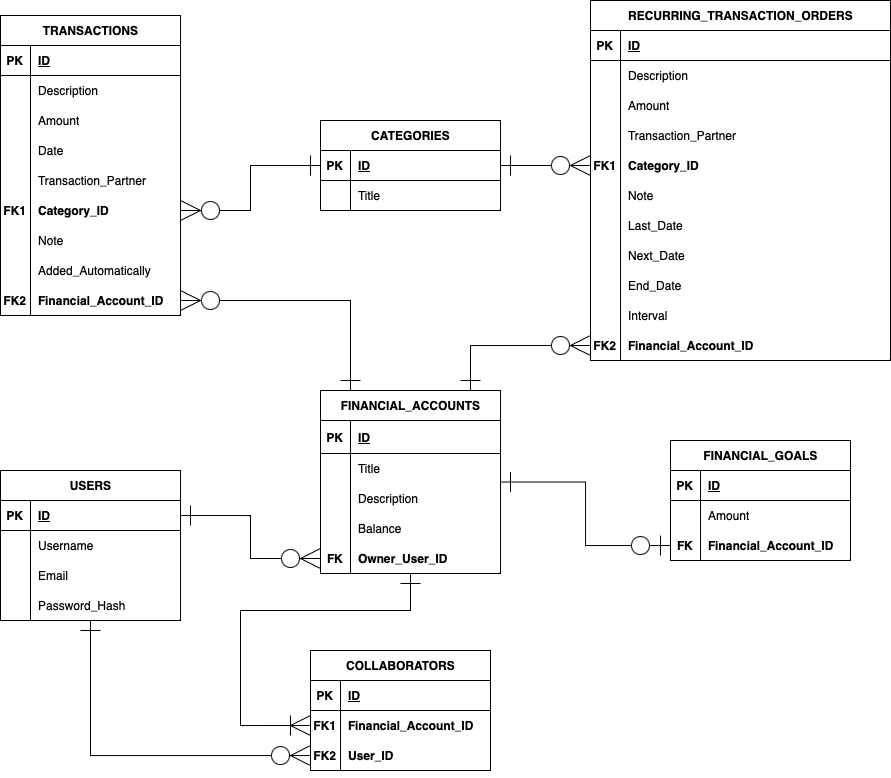
Above: res/data-model/data-model-MoneyMinder.drawio.png in NicolePer/MoneyMinder (draw.io), before the change. Source tidied: cells renumbered, new cells last; positions are measured from the earlier drawing's top-left corner, leaving out a move shared by most shapes.
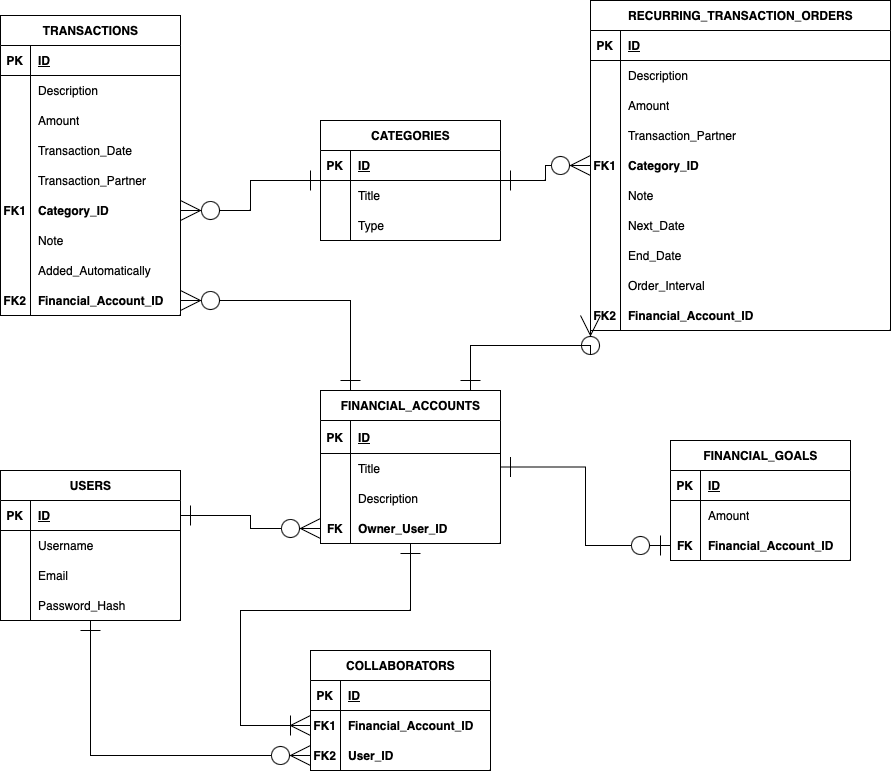
After the commit.

Commit message:
doc: update data-model and domain-model in res

What changed in the source:
```diff
@@ -29,7 +29,7 @@
       </mxGeometry>
     </mxCell>
     <mxCell id="6" value="FINANCIAL_ACCOUNTS" style="shape=table;startSize=30;rowLines=0;fontStyle=1;align=center;html=1;" parent="1" vertex="1">
-      <mxGeometry x="320" y="390" width="180" height="183" as="geometry" />
+      <mxGeometry x="320" y="390" width="180" height="153" as="geometry" />
     </mxCell>
     <mxCell id="7" style="shape=tableRow;horizontal=0;startSize=0;swimlaneHead=0;swimlaneBody=0;fillColor=none;top=0;left=0;right=0;bottom=1;" parent="6" vertex="1">
       <mxGeometry y="30" width="180" height="33" as="geometry" />
@@ -58,17 +58,8 @@
     <mxCell id="15" value="Description" style="shape=partialRectangle;fillColor=none;top=0;left=0;bottom=0;right=0;align=left;spacingLeft=6;overflow=hidden;whiteSpace=wrap;html=1;" parent="13" vertex="1">
       <mxGeometry x="30" width="150" height="30" as="geometry" />
     </mxCell>
-    <mxCell id="16" style="shape=tableRow;horizontal=0;startSize=0;swimlaneHead=0;swimlaneBody=0;fillColor=none;top=0;left=0;right=0;bottom=0;" parent="6" vertex="1">
-      <mxGeometry y="123" width="180" height="30" as="geometry" />
-    </mxCell>
-    <mxCell id="17" style="shape=partialRectangle;fillColor=none;top=0;left=0;bottom=0;right=0;overflow=hidden;whiteSpace=wrap;html=1;" parent="16" vertex="1">
-      <mxGeometry width="30" height="30" as="geometry" />
-    </mxCell>
-    <mxCell id="18" value="Balance" style="shape=partialRectangle;fillColor=none;top=0;left=0;bottom=0;right=0;align=left;spacingLeft=6;overflow=hidden;whiteSpace=wrap;html=1;" parent="16" vertex="1">
-      <mxGeometry x="30" width="150" height="30" as="geometry" />
-    </mxCell>
     <mxCell id="19" style="shape=tableRow;horizontal=0;startSize=0;swimlaneHead=0;swimlaneBody=0;fillColor=none;points=[[0,0.5],[1,0.5]];portConstraint=eastwest;top=0;left=0;right=0;bottom=0;" parent="6" vertex="1">
-      <mxGeometry y="153" width="180" height="30" as="geometry" />
+      <mxGeometry y="123" width="180" height="30" as="geometry" />
     </mxCell>
     <mxCell id="20" value="&lt;b&gt;FK&lt;/b&gt;" style="shape=partialRectangle;fillColor=none;top=0;left=0;bottom=0;right=0;overflow=hidden;whiteSpace=wrap;html=1;" parent="19" vertex="1">
       <mxGeometry width="30" height="30" as="geometry" />
@@ -152,7 +143,7 @@
       <mxGeometry relative="1" as="geometry" />
     </mxCell>
     <mxCell id="47" value="CATEGORIES" style="shape=table;startSize=30;rowLines=0;fontStyle=1;align=center;html=1;" parent="1" vertex="1">
-      <mxGeometry x="320" y="120" width="180" height="90" as="geometry" />
+      <mxGeometry x="320" y="120" width="180" height="120" as="geometry" />
     </mxCell>
     <mxCell id="48" style="shape=tableRow;horizontal=0;startSize=0;swimlaneHead=0;swimlaneBody=0;fillColor=none;top=0;left=0;right=0;bottom=1;" parent="47" vertex="1">
       <mxGeometry y="30" width="180" height="30" as="geometry" />
@@ -172,6 +163,15 @@
     <mxCell id="53" value="Title" style="shape=partialRectangle;fillColor=none;top=0;left=0;bottom=0;right=0;align=left;spacingLeft=6;overflow=hidden;whiteSpace=wrap;html=1;" parent="51" vertex="1">
       <mxGeometry x="30" width="150" height="30" as="geometry" />
     </mxCell>
+    <mxCell id="128" style="shape=tableRow;horizontal=0;startSize=0;swimlaneHead=0;swimlaneBody=0;fillColor=none;top=0;left=0;right=0;bottom=0;" parent="47" vertex="1">
+      <mxGeometry y="90" width="180" height="30" as="geometry" />
+    </mxCell>
+    <mxCell id="129" style="shape=partialRectangle;fillColor=none;top=0;left=0;bottom=0;right=0;overflow=hidden;whiteSpace=wrap;html=1;" parent="128" vertex="1">
+      <mxGeometry width="30" height="30" as="geometry" />
+    </mxCell>
+    <mxCell id="130" value="Type" style="shape=partialRectangle;fillColor=none;top=0;left=0;bottom=0;right=0;align=left;spacingLeft=6;overflow=hidden;whiteSpace=wrap;html=1;" parent="128" vertex="1">
+      <mxGeometry x="30" width="150" height="30" as="geometry" />
+    </mxCell>
     <mxCell id="54" value="TRANSACTIONS" style="shape=table;startSize=30;rowLines=0;fontStyle=1;align=center;html=1;" parent="1" vertex="1">
       <mxGeometry y="15" width="180" height="300" as="geometry" />
     </mxCell>
@@ -208,7 +208,7 @@
     <mxCell id="65" style="shape=partialRectangle;fillColor=none;top=0;left=0;bottom=0;right=0;overflow=hidden;whiteSpace=wrap;html=1;" parent="64" vertex="1">
       <mxGeometry width="30" height="30" as="geometry" />
     </mxCell>
-    <mxCell id="66" value="Date" style="shape=partialRectangle;fillColor=none;top=0;left=0;bottom=0;right=0;align=left;spacingLeft=6;overflow=hidden;whiteSpace=wrap;html=1;" parent="64" vertex="1">
+    <mxCell id="66" value="Transaction_Date" style="shape=partialRectangle;fillColor=none;top=0;left=0;bottom=0;right=0;align=left;spacingLeft=6;overflow=hidden;whiteSpace=wrap;html=1;" parent="64" vertex="1">
       <mxGeometry x="30" width="150" height="30" as="geometry" />
     </mxCell>
     <mxCell id="67" style="shape=tableRow;horizontal=0;startSize=0;swimlaneHead=0;swimlaneBody=0;fillColor=none;top=0;left=0;right=0;bottom=0;" parent="54" vertex="1">
@@ -257,7 +257,7 @@
       <mxGeometry x="30" width="150" height="30" as="geometry" />
     </mxCell>
     <mxCell id="82" value="RECURRING_TRANSACTION_ORDERS" style="shape=table;startSize=30;rowLines=0;fontStyle=1;align=center;html=1;" parent="1" vertex="1">
-      <mxGeometry x="590" width="300" height="360" as="geometry" />
+      <mxGeometry x="590" width="300" height="330" as="geometry" />
     </mxCell>
     <mxCell id="83" style="shape=tableRow;horizontal=0;startSize=0;swimlaneHead=0;swimlaneBody=0;fillColor=none;top=0;left=0;right=0;bottom=1;" parent="82" vertex="1">
       <mxGeometry y="30" width="300" height="30" as="geometry" />
@@ -313,17 +313,8 @@
     <mxCell id="100" value="Note" style="shape=partialRectangle;fillColor=none;top=0;left=0;bottom=0;right=0;align=left;spacingLeft=6;overflow=hidden;whiteSpace=wrap;html=1;" parent="98" vertex="1">
       <mxGeometry x="30" width="270" height="30" as="geometry" />
     </mxCell>
-    <mxCell id="101" style="shape=tableRow;horizontal=0;startSize=0;swimlaneHead=0;swimlaneBody=0;fillColor=none;top=0;left=0;right=0;bottom=0;" parent="82" vertex="1">
-      <mxGeometry y="210" width="300" height="30" as="geometry" />
-    </mxCell>
-    <mxCell id="102" style="shape=partialRectangle;fillColor=none;top=0;left=0;bottom=0;right=0;overflow=hidden;whiteSpace=wrap;html=1;" parent="101" vertex="1">
-      <mxGeometry width="30" height="30" as="geometry" />
-    </mxCell>
-    <mxCell id="103" value="Last_Date" style="shape=partialRectangle;fillColor=none;top=0;left=0;bottom=0;right=0;align=left;spacingLeft=6;overflow=hidden;whiteSpace=wrap;html=1;" parent="101" vertex="1">
-      <mxGeometry x="30" width="270" height="30" as="geometry" />
-    </mxCell>
     <mxCell id="104" style="shape=tableRow;horizontal=0;startSize=0;swimlaneHead=0;swimlaneBody=0;fillColor=none;top=0;left=0;right=0;bottom=0;" parent="82" vertex="1">
-      <mxGeometry y="240" width="300" height="30" as="geometry" />
+      <mxGeometry y="210" width="300" height="30" as="geometry" />
     </mxCell>
     <mxCell id="105" style="shape=partialRectangle;fillColor=none;top=0;left=0;bottom=0;right=0;overflow=hidden;whiteSpace=wrap;html=1;" parent="104" vertex="1">
       <mxGeometry width="30" height="30" as="geometry" />
@@ -332,7 +323,7 @@
       <mxGeometry x="30" width="270" height="30" as="geometry" />
     </mxCell>
     <mxCell id="107" style="shape=tableRow;horizontal=0;startSize=0;swimlaneHead=0;swimlaneBody=0;fillColor=none;top=0;left=0;right=0;bottom=0;" parent="82" vertex="1">
-      <mxGeometry y="270" width="300" height="30" as="geometry" />
+      <mxGeometry y="240" width="300" height="30" as="geometry" />
     </mxCell>
     <mxCell id="108" style="shape=partialRectangle;fillColor=none;top=0;left=0;bottom=0;right=0;overflow=hidden;whiteSpace=wrap;html=1;" parent="107" vertex="1">
       <mxGeometry width="30" height="30" as="geometry" />
@@ -341,16 +332,16 @@
       <mxGeometry x="30" width="270" height="30" as="geometry" />
     </mxCell>
     <mxCell id="110" style="shape=tableRow;horizontal=0;startSize=0;swimlaneHead=0;swimlaneBody=0;fillColor=none;top=0;left=0;right=0;bottom=0;" parent="82" vertex="1">
-      <mxGeometry y="300" width="300" height="30" as="geometry" />
+      <mxGeometry y="270" width="300" height="30" as="geometry" />
     </mxCell>
     <mxCell id="111" style="shape=partialRectangle;fillColor=none;top=0;left=0;bottom=0;right=0;overflow=hidden;whiteSpace=wrap;html=1;" parent="110" vertex="1">
       <mxGeometry width="30" height="30" as="geometry" />
     </mxCell>
-    <mxCell id="112" value="Interval" style="shape=partialRectangle;fillColor=none;top=0;left=0;bottom=0;right=0;align=left;spacingLeft=6;overflow=hidden;whiteSpace=wrap;html=1;" parent="110" vertex="1">
+    <mxCell id="112" value="Order_Interval" style="shape=partialRectangle;fillColor=none;top=0;left=0;bottom=0;right=0;align=left;spacingLeft=6;overflow=hidden;whiteSpace=wrap;html=1;" parent="110" vertex="1">
       <mxGeometry x="30" width="270" height="30" as="geometry" />
     </mxCell>
     <mxCell id="113" style="shape=tableRow;horizontal=0;startSize=0;swimlaneHead=0;swimlaneBody=0;fillColor=none;points=[[0,0.5],[1,0.5]];portConstraint=eastwest;top=0;left=0;right=0;bottom=0;" parent="82" vertex="1">
-      <mxGeometry y="330" width="300" height="30" as="geometry" />
+      <mxGeometry y="300" width="300" height="30" as="geometry" />
     </mxCell>
     <mxCell id="114" value="&lt;b&gt;FK2&lt;/b&gt;" style="shape=partialRectangle;fillColor=none;top=0;left=0;bottom=0;right=0;overflow=hidden;whiteSpace=wrap;html=1;" parent="113" vertex="1">
       <mxGeometry width="30" height="30" as="geometry" />
```
